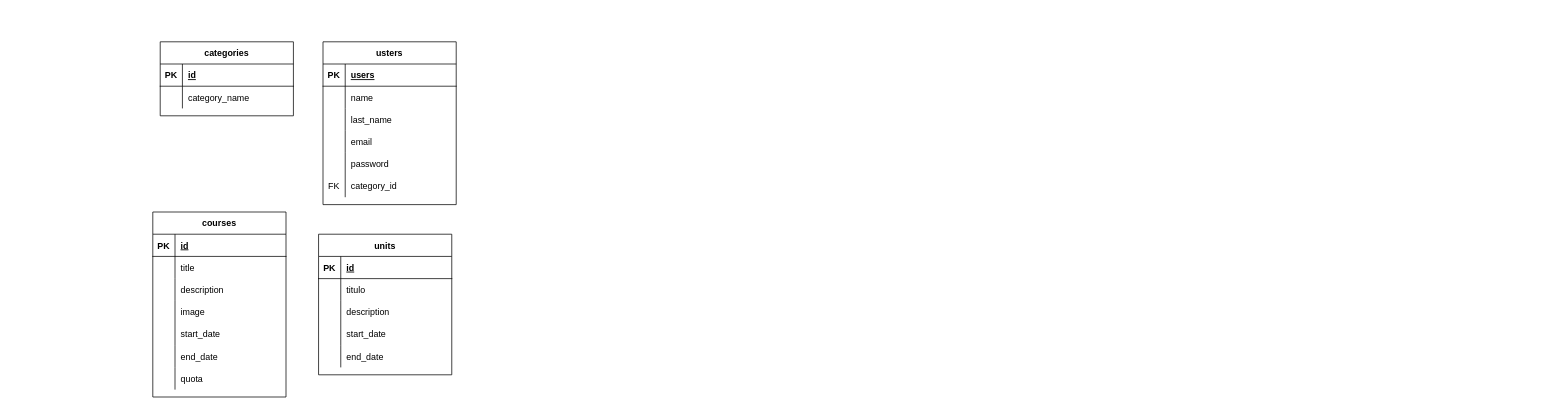
Above: Untitled Diagram.drawio in Gere1221/ala (draw.io), before the change. Source tidied: cells renumbered, new cells numbered last; positions are measured from the earlier drawing's top-left corner, leaving out a move shared by most shapes. Both pictures are drawn from the tidied source at 74%, with x=0, y=0 at pixel (152, 41).
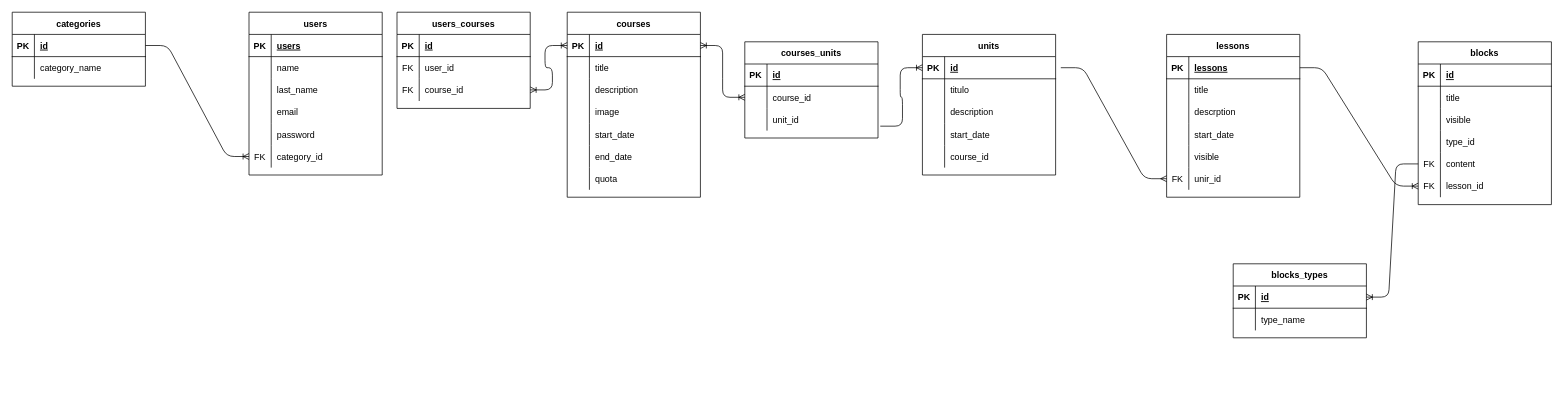
After the change.

Unchanged cells that the change refers to:
```xml
<mxCell id="18" style="shape=partialRectangle;fillColor=none;top=0;left=0;bottom=0;right=0;points=[[0,0.5],[1,0.5]];portConstraint=eastwest;" parent="2" vertex="1">
  <mxGeometry y="180" width="180" height="30" as="geometry" />
</mxCell>
<mxCell id="22" style="shape=partialRectangle;fillColor=none;top=0;left=0;bottom=1;right=0;points=[[0,0.5],[1,0.5]];portConstraint=eastwest;" parent="21" vertex="1">
  <mxGeometry y="30" width="180" height="30" as="geometry" />
</mxCell>
<mxCell id="29" style="shape=partialRectangle;fillColor=none;top=0;left=0;bottom=1;right=0;points=[[0,0.5],[1,0.5]];portConstraint=eastwest;" parent="28" vertex="1">
  <mxGeometry y="30" width="180" height="30" as="geometry" />
</mxCell>
<mxCell id="51" style="shape=partialRectangle;fillColor=none;top=0;left=0;bottom=1;right=0;points=[[0,0.5],[1,0.5]];portConstraint=eastwest;" parent="50" vertex="1">
  <mxGeometry y="30" width="180" height="30" as="geometry" />
</mxCell>
```

The edit, as a diff of the source:
```diff
@@
-    <mxCell id="2" value="usters" style="shape=table;startSize=30;childLayout=tableLayout;rowLines=0;fontStyle=1;align=center;" parent="1" vertex="1">
-      <mxGeometry x="230" width="180" height="220" as="geometry" />
+    <mxCell id="2" value="users" style="shape=table;startSize=30;childLayout=tableLayout;rowLines=0;fontStyle=1;align=center;" parent="1" vertex="1">
+      <mxGeometry x="130" y="-40" width="180" height="220" as="geometry" />
     </mxCell>
@@
     <mxCell id="21" value="categories" style="shape=table;startSize=30;childLayout=tableLayout;rowLines=0;fontStyle=1;align=center;" parent="1" vertex="1">
-      <mxGeometry x="10" width="180" height="100" as="geometry" />
+      <mxGeometry x="-190" y="-40" width="180" height="100" as="geometry" />
     </mxCell>
@@
     <mxCell id="28" value="courses" style="shape=table;startSize=30;childLayout=tableLayout;rowLines=0;fontStyle=1;align=center;" parent="1" vertex="1">
-      <mxGeometry y="230" width="180" height="250" as="geometry" />
+      <mxGeometry x="560" y="-40" width="180" height="250" as="geometry" />
     </mxCell>
@@
     <mxCell id="50" value="units" style="shape=table;startSize=30;childLayout=tableLayout;rowLines=0;fontStyle=1;align=center;" parent="1" vertex="1">
-      <mxGeometry x="224" y="260" width="180" height="190" as="geometry" />
+      <mxGeometry x="1040" y="-10" width="180" height="190" as="geometry" />
     </mxCell>
@@
-    <mxCell id="63" style="shape=partialRectangle;fillColor=none;top=0;left=0;bottom=0;right=0;" parent="50" vertex="1">
-      <mxGeometry y="150" width="180" height="30" as="geometry" />
-    </mxCell>
-    <mxCell id="64" style="shape=partialRectangle;fillColor=none;top=0;left=0;bottom=0;right=0;overflow=hidden;" parent="63" vertex="1">
-      <mxGeometry width="30" height="30" as="geometry" />
-    </mxCell>
-    <mxCell id="65" value="end_date" style="shape=partialRectangle;fillColor=none;top=0;left=0;bottom=0;right=0;align=left;spacingLeft=6;overflow=hidden;" parent="63" vertex="1">
-      <mxGeometry x="30" width="150" height="30" as="geometry" />
-    </mxCell>
+    <mxCell id="66" style="shape=partialRectangle;fillColor=none;top=0;left=0;bottom=0;right=0;" parent="50" vertex="1">
+      <mxGeometry y="150" width="180" height="30" as="geometry" />
+    </mxCell>
+    <mxCell id="67" style="shape=partialRectangle;fillColor=none;top=0;left=0;bottom=0;right=0;overflow=hidden;" parent="66" vertex="1">
+      <mxGeometry width="30" height="30" as="geometry" />
+    </mxCell>
+    <mxCell id="68" value="course_id" style="shape=partialRectangle;fillColor=none;top=0;left=0;bottom=0;right=0;align=left;spacingLeft=6;overflow=hidden;" parent="66" vertex="1">
+      <mxGeometry x="30" width="150" height="30" as="geometry" />
+    </mxCell>
+    <mxCell id="69" style="edgeStyle=entityRelationEdgeStyle;fontSize=12;html=1;endArrow=ERoneToMany;entryX=0;entryY=0.5;entryDx=0;entryDy=0;" parent="1" edge="1" source="22" target="18">
+      <mxGeometry relative="1" as="geometry" />
+    </mxCell>
+    <mxCell id="70" style="edgeStyle=entityRelationEdgeStyle;fontSize=12;html=1;endArrow=ERoneToMany;exitX=1.017;exitY=0.8;exitDx=0;exitDy=0;exitPerimeter=0;entryX=0;entryY=0.5;entryDx=0;entryDy=0;" parent="1" edge="1" source="89" target="51">
+      <mxGeometry relative="1" as="geometry" />
+    </mxCell>
+    <mxCell id="71" value="users_courses" style="shape=table;startSize=30;childLayout=tableLayout;rowLines=0;fontStyle=1;align=center;" parent="1" vertex="1">
+      <mxGeometry x="330" y="-40" width="180" height="130" as="geometry" />
+    </mxCell>
+    <mxCell id="72" style="shape=partialRectangle;fillColor=none;top=0;left=0;bottom=1;right=0;" parent="71" vertex="1">
+      <mxGeometry y="30" width="180" height="30" as="geometry" />
+    </mxCell>
+    <mxCell id="73" value="PK" style="shape=partialRectangle;fillColor=none;top=0;left=0;bottom=0;right=0;fontStyle=1;overflow=hidden;" parent="72" vertex="1">
+      <mxGeometry width="30" height="30" as="geometry" />
+    </mxCell>
+    <mxCell id="74" value="id" style="shape=partialRectangle;fillColor=none;top=0;left=0;bottom=0;right=0;align=left;spacingLeft=6;fontStyle=5;overflow=hidden;" parent="72" vertex="1">
+      <mxGeometry x="30" width="150" height="30" as="geometry" />
+    </mxCell>
+    <mxCell id="75" style="shape=partialRectangle;fillColor=none;top=0;left=0;bottom=0;right=0;" parent="71" vertex="1">
+      <mxGeometry y="60" width="180" height="30" as="geometry" />
+    </mxCell>
+    <mxCell id="76" value="FK" style="shape=partialRectangle;fillColor=none;top=0;left=0;bottom=0;right=0;overflow=hidden;" parent="75" vertex="1">
+      <mxGeometry width="30" height="30" as="geometry" />
+    </mxCell>
+    <mxCell id="77" value="user_id" style="shape=partialRectangle;fillColor=none;top=0;left=0;bottom=0;right=0;align=left;spacingLeft=6;overflow=hidden;" parent="75" vertex="1">
+      <mxGeometry x="30" width="150" height="30" as="geometry" />
+    </mxCell>
+    <mxCell id="78" style="shape=partialRectangle;fillColor=none;top=0;left=0;bottom=0;right=0;points=[[0,0.5],[1,0.5]];portConstraint=eastwest;" parent="71" vertex="1">
+      <mxGeometry y="90" width="180" height="30" as="geometry" />
+    </mxCell>
+    <mxCell id="79" value="FK" style="shape=partialRectangle;fillColor=none;top=0;left=0;bottom=0;right=0;overflow=hidden;" parent="78" vertex="1">
+      <mxGeometry width="30" height="30" as="geometry" />
+    </mxCell>
+    <mxCell id="80" value="course_id" style="shape=partialRectangle;fillColor=none;top=0;left=0;bottom=0;right=0;align=left;spacingLeft=6;overflow=hidden;" parent="78" vertex="1">
+      <mxGeometry x="30" width="150" height="30" as="geometry" />
+    </mxCell>
+    <mxCell id="81" style="edgeStyle=entityRelationEdgeStyle;fontSize=12;html=1;endArrow=ERoneToMany;startArrow=ERoneToMany;entryX=0;entryY=0.5;entryDx=0;entryDy=0;exitX=1;exitY=0.5;exitDx=0;exitDy=0;" parent="1" edge="1" source="78" target="29">
+      <mxGeometry relative="1" as="geometry" />
+    </mxCell>
+    <mxCell id="82" value="courses_units" style="shape=table;startSize=30;childLayout=tableLayout;rowLines=0;fontStyle=1;align=center;" parent="1" vertex="1">
+      <mxGeometry x="800" width="180" height="130" as="geometry" />
+    </mxCell>
+    <mxCell id="83" style="shape=partialRectangle;fillColor=none;top=0;left=0;bottom=1;right=0;" parent="82" vertex="1">
+      <mxGeometry y="30" width="180" height="30" as="geometry" />
+    </mxCell>
+    <mxCell id="84" value="PK" style="shape=partialRectangle;fillColor=none;top=0;left=0;bottom=0;right=0;fontStyle=1;overflow=hidden;" parent="83" vertex="1">
+      <mxGeometry width="30" height="30" as="geometry" />
+    </mxCell>
+    <mxCell id="85" value="id" style="shape=partialRectangle;fillColor=none;top=0;left=0;bottom=0;right=0;align=left;spacingLeft=6;fontStyle=5;overflow=hidden;" parent="83" vertex="1">
+      <mxGeometry x="30" width="150" height="30" as="geometry" />
+    </mxCell>
+    <mxCell id="86" style="shape=partialRectangle;fillColor=none;top=0;left=0;bottom=0;right=0;points=[[0,0.5],[1,0.5]];portConstraint=eastwest;" parent="82" vertex="1">
+      <mxGeometry y="60" width="180" height="30" as="geometry" />
+    </mxCell>
+    <mxCell id="87" style="shape=partialRectangle;fillColor=none;top=0;left=0;bottom=0;right=0;overflow=hidden;" parent="86" vertex="1">
+      <mxGeometry width="30" height="30" as="geometry" />
+    </mxCell>
+    <mxCell id="88" value="course_id" style="shape=partialRectangle;fillColor=none;top=0;left=0;bottom=0;right=0;align=left;spacingLeft=6;overflow=hidden;" parent="86" vertex="1">
+      <mxGeometry x="30" width="150" height="30" as="geometry" />
+    </mxCell>
+    <mxCell id="89" style="shape=partialRectangle;fillColor=none;top=0;left=0;bottom=0;right=0;points=[[0,0.5],[1,0.5]];portConstraint=eastwest;" parent="82" vertex="1">
+      <mxGeometry y="90" width="180" height="30" as="geometry" />
+    </mxCell>
+    <mxCell id="90" style="shape=partialRectangle;fillColor=none;top=0;left=0;bottom=0;right=0;overflow=hidden;" parent="89" vertex="1">
+      <mxGeometry width="30" height="30" as="geometry" />
+    </mxCell>
+    <mxCell id="91" value="unit_id" style="shape=partialRectangle;fillColor=none;top=0;left=0;bottom=0;right=0;align=left;spacingLeft=6;overflow=hidden;" parent="89" vertex="1">
+      <mxGeometry x="30" width="150" height="30" as="geometry" />
+    </mxCell>
+    <mxCell id="92" style="edgeStyle=entityRelationEdgeStyle;fontSize=12;html=1;endArrow=ERoneToMany;startArrow=ERoneToMany;entryX=0;entryY=0.5;entryDx=0;entryDy=0;exitX=1;exitY=0.5;exitDx=0;exitDy=0;" parent="1" edge="1" source="29" target="86">
+      <mxGeometry relative="1" as="geometry" />
+    </mxCell>
+    <mxCell id="93" value="lessons" style="shape=table;startSize=30;childLayout=tableLayout;rowLines=0;fontStyle=1;align=center;" parent="1" vertex="1">
+      <mxGeometry x="1370" y="-10" width="180" height="220" as="geometry" />
+    </mxCell>
+    <mxCell id="94" style="shape=partialRectangle;fillColor=none;top=0;left=0;bottom=1;right=0;points=[[0,0.5],[1,0.5]];portConstraint=eastwest;" parent="93" vertex="1">
+      <mxGeometry y="30" width="180" height="30" as="geometry" />
+    </mxCell>
+    <mxCell id="95" value="PK" style="shape=partialRectangle;fillColor=none;top=0;left=0;bottom=0;right=0;fontStyle=1;overflow=hidden;" parent="94" vertex="1">
+      <mxGeometry width="30" height="30" as="geometry" />
+    </mxCell>
+    <mxCell id="96" value="lessons" style="shape=partialRectangle;fillColor=none;top=0;left=0;bottom=0;right=0;align=left;spacingLeft=6;fontStyle=5;overflow=hidden;" parent="94" vertex="1">
+      <mxGeometry x="30" width="150" height="30" as="geometry" />
+    </mxCell>
+    <mxCell id="97" style="shape=partialRectangle;fillColor=none;top=0;left=0;bottom=0;right=0;" parent="93" vertex="1">
+      <mxGeometry y="60" width="180" height="30" as="geometry" />
+    </mxCell>
+    <mxCell id="98" style="shape=partialRectangle;fillColor=none;top=0;left=0;bottom=0;right=0;overflow=hidden;" parent="97" vertex="1">
+      <mxGeometry width="30" height="30" as="geometry" />
+    </mxCell>
+    <mxCell id="99" value="title" style="shape=partialRectangle;fillColor=none;top=0;left=0;bottom=0;right=0;align=left;spacingLeft=6;overflow=hidden;" parent="97" vertex="1">
+      <mxGeometry x="30" width="150" height="30" as="geometry" />
+    </mxCell>
+    <mxCell id="100" style="shape=partialRectangle;fillColor=none;top=0;left=0;bottom=0;right=0;" parent="93" vertex="1">
+      <mxGeometry y="90" width="180" height="30" as="geometry" />
+    </mxCell>
+    <mxCell id="101" style="shape=partialRectangle;fillColor=none;top=0;left=0;bottom=0;right=0;overflow=hidden;" parent="100" vertex="1">
+      <mxGeometry width="30" height="30" as="geometry" />
+    </mxCell>
+    <mxCell id="102" value="descrption" style="shape=partialRectangle;fillColor=none;top=0;left=0;bottom=0;right=0;align=left;spacingLeft=6;overflow=hidden;" parent="100" vertex="1">
+      <mxGeometry x="30" width="150" height="30" as="geometry" />
+    </mxCell>
+    <mxCell id="103" style="shape=partialRectangle;fillColor=none;top=0;left=0;bottom=0;right=0;" parent="93" vertex="1">
+      <mxGeometry y="120" width="180" height="30" as="geometry" />
+    </mxCell>
+    <mxCell id="104" style="shape=partialRectangle;fillColor=none;top=0;left=0;bottom=0;right=0;overflow=hidden;" parent="103" vertex="1">
+      <mxGeometry width="30" height="30" as="geometry" />
+    </mxCell>
+    <mxCell id="105" value="start_date" style="shape=partialRectangle;fillColor=none;top=0;left=0;bottom=0;right=0;align=left;spacingLeft=6;overflow=hidden;" parent="103" vertex="1">
+      <mxGeometry x="30" width="150" height="30" as="geometry" />
+    </mxCell>
+    <mxCell id="106" style="shape=partialRectangle;fillColor=none;top=0;left=0;bottom=0;right=0;" parent="93" vertex="1">
+      <mxGeometry y="150" width="180" height="30" as="geometry" />
+    </mxCell>
+    <mxCell id="107" style="shape=partialRectangle;fillColor=none;top=0;left=0;bottom=0;right=0;overflow=hidden;" parent="106" vertex="1">
+      <mxGeometry width="30" height="30" as="geometry" />
+    </mxCell>
+    <mxCell id="108" value="visible" style="shape=partialRectangle;fillColor=none;top=0;left=0;bottom=0;right=0;align=left;spacingLeft=6;overflow=hidden;" parent="106" vertex="1">
+      <mxGeometry x="30" width="150" height="30" as="geometry" />
+    </mxCell>
+    <mxCell id="109" style="shape=partialRectangle;fillColor=none;top=0;left=0;bottom=0;right=0;points=[[0,0.5],[1,0.5]];portConstraint=eastwest;" parent="93" vertex="1">
+      <mxGeometry y="180" width="180" height="30" as="geometry" />
+    </mxCell>
+    <mxCell id="110" value="FK" style="shape=partialRectangle;fillColor=none;top=0;left=0;bottom=0;right=0;overflow=hidden;" parent="109" vertex="1">
+      <mxGeometry width="30" height="30" as="geometry" />
+    </mxCell>
+    <mxCell id="111" value="unir_id" style="shape=partialRectangle;fillColor=none;top=0;left=0;bottom=0;right=0;align=left;spacingLeft=6;overflow=hidden;" parent="109" vertex="1">
+      <mxGeometry x="30" width="150" height="30" as="geometry" />
+    </mxCell>
+    <mxCell id="112" style="edgeStyle=entityRelationEdgeStyle;fontSize=12;html=1;endArrow=ERmany;exitX=1.039;exitY=0.5;exitDx=0;exitDy=0;exitPerimeter=0;entryX=0;entryY=0.5;entryDx=0;entryDy=0;" parent="1" edge="1" source="51" target="109">
+      <mxGeometry relative="1" as="geometry" />
+    </mxCell>
+    <mxCell id="113" value="blocks" style="shape=table;startSize=30;childLayout=tableLayout;rowLines=0;fontStyle=1;align=center;" parent="1" vertex="1">
+      <mxGeometry x="1710" width="180" height="220" as="geometry" />
+    </mxCell>
+    <mxCell id="114" style="shape=partialRectangle;fillColor=none;top=0;left=0;bottom=1;right=0;" parent="113" vertex="1">
+      <mxGeometry y="30" width="180" height="30" as="geometry" />
+    </mxCell>
+    <mxCell id="115" value="PK" style="shape=partialRectangle;fillColor=none;top=0;left=0;bottom=0;right=0;fontStyle=1;overflow=hidden;" parent="114" vertex="1">
+      <mxGeometry width="30" height="30" as="geometry" />
+    </mxCell>
+    <mxCell id="116" value="id" style="shape=partialRectangle;fillColor=none;top=0;left=0;bottom=0;right=0;align=left;spacingLeft=6;fontStyle=5;overflow=hidden;" parent="114" vertex="1">
+      <mxGeometry x="30" width="150" height="30" as="geometry" />
+    </mxCell>
+    <mxCell id="117" style="shape=partialRectangle;fillColor=none;top=0;left=0;bottom=0;right=0;" parent="113" vertex="1">
+      <mxGeometry y="60" width="180" height="30" as="geometry" />
+    </mxCell>
+    <mxCell id="118" style="shape=partialRectangle;fillColor=none;top=0;left=0;bottom=0;right=0;overflow=hidden;" parent="117" vertex="1">
+      <mxGeometry width="30" height="30" as="geometry" />
+    </mxCell>
+    <mxCell id="119" value="title" style="shape=partialRectangle;fillColor=none;top=0;left=0;bottom=0;right=0;align=left;spacingLeft=6;overflow=hidden;" parent="117" vertex="1">
+      <mxGeometry x="30" width="150" height="30" as="geometry" />
+    </mxCell>
+    <mxCell id="120" style="shape=partialRectangle;fillColor=none;top=0;left=0;bottom=0;right=0;" parent="113" vertex="1">
+      <mxGeometry y="90" width="180" height="30" as="geometry" />
+    </mxCell>
+    <mxCell id="121" style="shape=partialRectangle;fillColor=none;top=0;left=0;bottom=0;right=0;overflow=hidden;" parent="120" vertex="1">
+      <mxGeometry width="30" height="30" as="geometry" />
+    </mxCell>
+    <mxCell id="122" value="visible" style="shape=partialRectangle;fillColor=none;top=0;left=0;bottom=0;right=0;align=left;spacingLeft=6;overflow=hidden;" parent="120" vertex="1">
+      <mxGeometry x="30" width="150" height="30" as="geometry" />
+    </mxCell>
+    <mxCell id="123" style="shape=partialRectangle;fillColor=none;top=0;left=0;bottom=0;right=0;" parent="113" vertex="1">
+      <mxGeometry y="120" width="180" height="30" as="geometry" />
+    </mxCell>
+    <mxCell id="124" style="shape=partialRectangle;fillColor=none;top=0;left=0;bottom=0;right=0;overflow=hidden;" parent="123" vertex="1">
+      <mxGeometry width="30" height="30" as="geometry" />
+    </mxCell>
+    <mxCell id="125" value="type_id" style="shape=partialRectangle;fillColor=none;top=0;left=0;bottom=0;right=0;align=left;spacingLeft=6;overflow=hidden;" parent="123" vertex="1">
+      <mxGeometry x="30" width="150" height="30" as="geometry" />
+    </mxCell>
+    <mxCell id="126" style="shape=partialRectangle;fillColor=none;top=0;left=0;bottom=0;right=0;points=[[0,0.5],[1,0.5]];portConstraint=eastwest;" parent="113" vertex="1">
+      <mxGeometry y="150" width="180" height="30" as="geometry" />
+    </mxCell>
+    <mxCell id="127" value="FK" style="shape=partialRectangle;fillColor=none;top=0;left=0;bottom=0;right=0;overflow=hidden;" parent="126" vertex="1">
+      <mxGeometry width="30" height="30" as="geometry" />
+    </mxCell>
+    <mxCell id="128" value="content" style="shape=partialRectangle;fillColor=none;top=0;left=0;bottom=0;right=0;align=left;spacingLeft=6;overflow=hidden;" parent="126" vertex="1">
+      <mxGeometry x="30" width="150" height="30" as="geometry" />
+    </mxCell>
+    <mxCell id="129" style="shape=partialRectangle;fillColor=none;top=0;left=0;bottom=0;right=0;points=[[0,0.5],[1,0.5]];portConstraint=eastwest;" parent="113" vertex="1">
+      <mxGeometry y="180" width="180" height="30" as="geometry" />
+    </mxCell>
+    <mxCell id="130" value="FK" style="shape=partialRectangle;fillColor=none;top=0;left=0;bottom=0;right=0;overflow=hidden;" parent="129" vertex="1">
+      <mxGeometry width="30" height="30" as="geometry" />
+    </mxCell>
+    <mxCell id="131" value="lesson_id" style="shape=partialRectangle;fillColor=none;top=0;left=0;bottom=0;right=0;align=left;spacingLeft=6;overflow=hidden;" parent="129" vertex="1">
+      <mxGeometry x="30" width="150" height="30" as="geometry" />
+    </mxCell>
+    <mxCell id="132" value="blocks_types" style="shape=table;startSize=30;childLayout=tableLayout;rowLines=0;fontStyle=1;align=center;" parent="1" vertex="1">
+      <mxGeometry x="1460" y="300" width="180" height="100" as="geometry" />
+    </mxCell>
+    <mxCell id="133" style="shape=partialRectangle;fillColor=none;top=0;left=0;bottom=1;right=0;points=[[0,0.5],[1,0.5]];portConstraint=eastwest;" parent="132" vertex="1">
+      <mxGeometry y="30" width="180" height="30" as="geometry" />
+    </mxCell>
+    <mxCell id="134" value="PK" style="shape=partialRectangle;fillColor=none;top=0;left=0;bottom=0;right=0;fontStyle=1;overflow=hidden;" parent="133" vertex="1">
+      <mxGeometry width="30" height="30" as="geometry" />
+    </mxCell>
+    <mxCell id="135" value="id" style="shape=partialRectangle;fillColor=none;top=0;left=0;bottom=0;right=0;align=left;spacingLeft=6;fontStyle=5;overflow=hidden;" parent="133" vertex="1">
+      <mxGeometry x="30" width="150" height="30" as="geometry" />
+    </mxCell>
+    <mxCell id="136" style="shape=partialRectangle;fillColor=none;top=0;left=0;bottom=0;right=0;" parent="132" vertex="1">
+      <mxGeometry y="60" width="180" height="30" as="geometry" />
+    </mxCell>
+    <mxCell id="137" style="shape=partialRectangle;fillColor=none;top=0;left=0;bottom=0;right=0;overflow=hidden;" parent="136" vertex="1">
+      <mxGeometry width="30" height="30" as="geometry" />
+    </mxCell>
+    <mxCell id="138" value="type_name" style="shape=partialRectangle;fillColor=none;top=0;left=0;bottom=0;right=0;align=left;spacingLeft=6;overflow=hidden;" parent="136" vertex="1">
+      <mxGeometry x="30" width="150" height="30" as="geometry" />
+    </mxCell>
+    <mxCell id="139" style="edgeStyle=entityRelationEdgeStyle;fontSize=12;html=1;endArrow=ERoneToMany;exitX=1;exitY=0.5;exitDx=0;exitDy=0;entryX=0;entryY=0.5;entryDx=0;entryDy=0;" parent="1" edge="1" source="94" target="129">
+      <mxGeometry relative="1" as="geometry" />
+    </mxCell>
+    <mxCell id="140" style="edgeStyle=entityRelationEdgeStyle;fontSize=12;html=1;endArrow=ERoneToMany;entryX=1;entryY=0.5;entryDx=0;entryDy=0;exitX=0;exitY=0.5;exitDx=0;exitDy=0;" parent="1" edge="1" source="126" target="133">
+      <mxGeometry relative="1" as="geometry" />
+    </mxCell>
```
